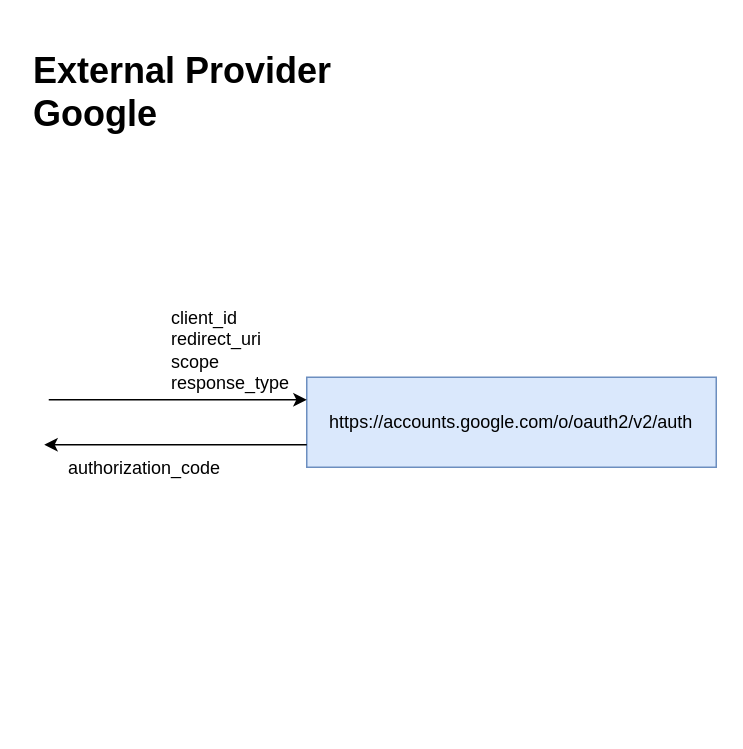
The draw.io diagram Social Login.drawio in notariopablomarcelo/intermex, before the edit. Source tidied: cells renumbered, new cells numbered last; positions are measured from the earlier drawing's top-left corner, leaving out a move shared by most shapes. Both pictures are drawn from the tidied source at 150%, with x=0, y=0 at pixel (26, 40).
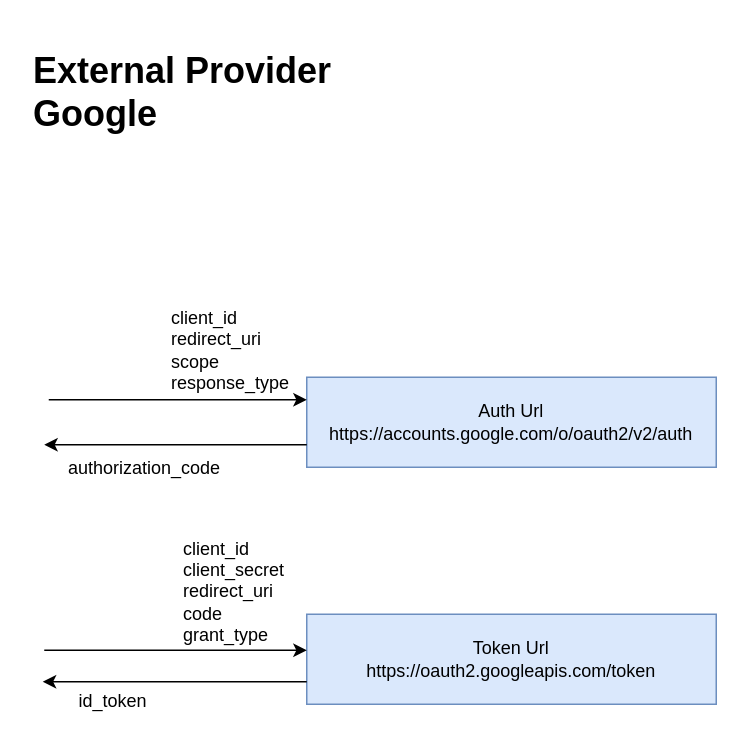
The same page after the edit.

The edit, as a diff of the source:
```diff
@@
 <mxGraphModel>
   <root>
     <mxCell id="0" />
     <mxCell id="1" parent="0" />
-    <mxCell id="2" value="https://accounts.google.com/o/oauth2/v2/auth" style="rounded=0;whiteSpace=wrap;html=1;fillColor=#dae8fc;strokeColor=#6c8ebf;fontColor=#000000;" parent="1" vertex="1">
+    <mxCell id="2" value="Auth Url&lt;br&gt;https://accounts.google.com/o/oauth2/v2/auth" style="rounded=0;whiteSpace=wrap;html=1;fillColor=#dae8fc;strokeColor=#6c8ebf;fontColor=#000000;" parent="1" vertex="1">
       <mxGeometry x="187" y="224" width="273" height="60" as="geometry" />
     </mxCell>
     <mxCell id="3" style="endArrow=classic;html=1;rounded=0;entryX=0;entryY=0.25;entryDx=0;entryDy=0;" parent="1" edge="1" target="2">
       <mxGeometry relative="1" as="geometry">
         <mxPoint x="15" y="239" as="sourcePoint" />
       </mxGeometry>
     </mxCell>
     <mxCell id="4" value="client_id&lt;br&gt;redirect_uri&lt;br&gt;scope&lt;br&gt;response_type" style="text;html=1;strokeColor=none;fillColor=none;align=left;verticalAlign=middle;whiteSpace=wrap;rounded=0;" parent="1" vertex="1">
       <mxGeometry x="95" y="191" width="60" height="30" as="geometry" />
     </mxCell>
     <mxCell id="5" style="endArrow=classic;html=1;rounded=0;exitX=0;exitY=0.75;exitDx=0;exitDy=0;" parent="1" edge="1" source="2">
       <mxGeometry relative="1" as="geometry">
         <mxPoint x="12" y="269" as="targetPoint" />
       </mxGeometry>
     </mxCell>
     <mxCell id="6" value="authorization_code" style="text;html=1;strokeColor=none;fillColor=none;align=center;verticalAlign=middle;whiteSpace=wrap;rounded=0;" parent="1" vertex="1">
       <mxGeometry x="49" y="270" width="60" height="30" as="geometry" />
     </mxCell>
     <mxCell id="7" value="&lt;h1&gt;External Provider&lt;br&gt;Google&lt;/h1&gt;" style="text;html=1;strokeColor=none;fillColor=none;spacing=5;spacingTop=-20;whiteSpace=wrap;overflow=hidden;rounded=0;" parent="1" vertex="1">
       <mxGeometry width="250" height="68" as="geometry" />
     </mxCell>
+    <mxCell id="8" value="Token Url&lt;br&gt;https://oauth2.googleapis.com/token" style="rounded=0;whiteSpace=wrap;html=1;fillColor=#dae8fc;strokeColor=#6c8ebf;fontColor=#000000;" parent="1" vertex="1">
+      <mxGeometry x="187" y="382" width="273" height="60" as="geometry" />
+    </mxCell>
+    <mxCell id="9" value="client_id&lt;br&gt;client_secret&lt;br&gt;redirect_uri&lt;br&gt;code&lt;br&gt;grant_type" style="text;html=1;strokeColor=none;fillColor=none;align=left;verticalAlign=middle;whiteSpace=wrap;rounded=0;" parent="1" vertex="1">
+      <mxGeometry x="103" y="352" width="60" height="30" as="geometry" />
+    </mxCell>
+    <mxCell id="10" style="endArrow=classic;html=1;rounded=0;entryX=0;entryY=0.4;entryDx=0;entryDy=0;entryPerimeter=0;" parent="1" edge="1" target="8">
+      <mxGeometry relative="1" as="geometry">
+        <mxPoint x="12" y="406" as="sourcePoint" />
+      </mxGeometry>
+    </mxCell>
+    <mxCell id="11" style="endArrow=classic;html=1;rounded=0;exitX=0;exitY=0.75;exitDx=0;exitDy=0;" parent="1" edge="1" source="8">
+      <mxGeometry relative="1" as="geometry">
+        <mxPoint x="11" y="427" as="targetPoint" />
+      </mxGeometry>
+    </mxCell>
+    <mxCell id="12" value="id_token" style="text;html=1;strokeColor=none;fillColor=none;align=center;verticalAlign=middle;whiteSpace=wrap;rounded=0;" parent="1" vertex="1">
+      <mxGeometry x="28" y="425" width="60" height="30" as="geometry" />
+    </mxCell>
   </root>
 </mxGraphModel>
```
